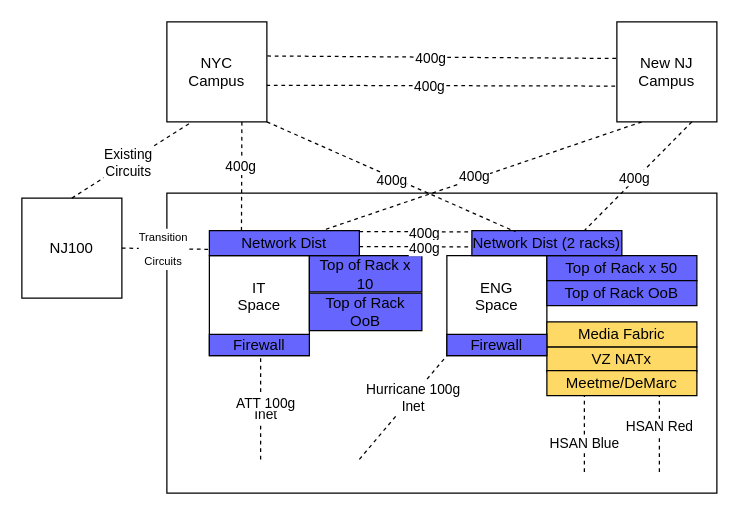
rhoatson/Draw.io keeps this draw.io diagram as NJ100.drawio. Above is the earlier version. Source tidied: cells renumbered, new cells numbered last; positions are measured from the earlier drawing's top-left corner, leaving out a move shared by most shapes. Both pictures are drawn from the tidied source at 125%, with x=0, y=0 at pixel (21, 21).
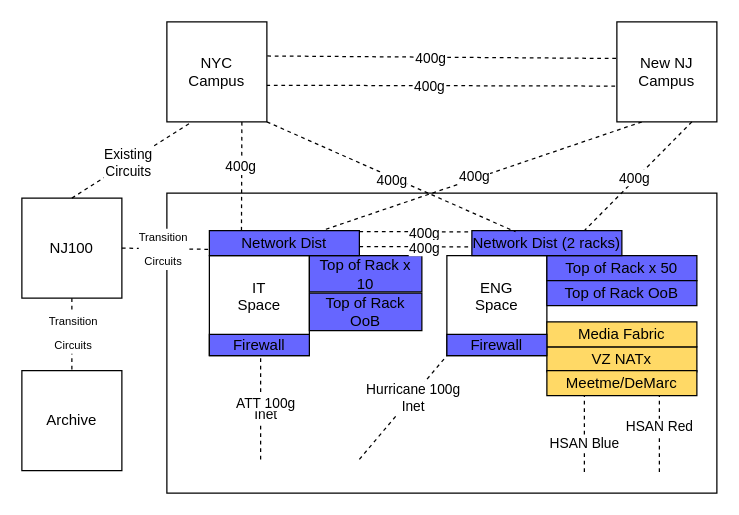
Above is the later version.

The change refers to these unchanged cells:
```xml
<mxCell id="41" value="NJ100" style="whiteSpace=wrap;html=1;" parent="1" vertex="1">
  <mxGeometry y="141" width="80" height="80" as="geometry" />
</mxCell>
```

The edit, as a diff of the source:
```diff
@@
+    <mxCell id="46" value="&lt;div&gt;Archive&lt;/div&gt;" style="whiteSpace=wrap;html=1;" parent="1" vertex="1">
+      <mxGeometry y="279" width="80" height="80" as="geometry" />
+    </mxCell>
+    <mxCell id="47" style="endArrow=none;dashed=1;html=1;rounded=0;exitX=0.5;exitY=1;exitDx=0;exitDy=0;entryX=0.5;entryY=0;entryDx=0;entryDy=0;fillColor=#6666FF;" parent="1" edge="1" source="41" target="46">
+      <mxGeometry relative="1" as="geometry" />
+    </mxCell>
+    <mxCell id="48" value="&lt;div&gt;&lt;font style=&quot;font-size: 9px;&quot;&gt;Transition&lt;/font&gt;&lt;/div&gt;&lt;div&gt;&lt;font style=&quot;font-size: 9px;&quot;&gt;Circuits&lt;/font&gt;&lt;font size=&quot;3&quot;&gt;&lt;br&gt;&lt;/font&gt;&lt;/div&gt;&lt;font size=&quot;3&quot;&gt;&lt;/font&gt;" style="edgeLabel;html=1;align=center;verticalAlign=middle;" parent="47" vertex="1">
+      <mxGeometry x="-0.07" relative="1" as="geometry" />
+    </mxCell>
```
